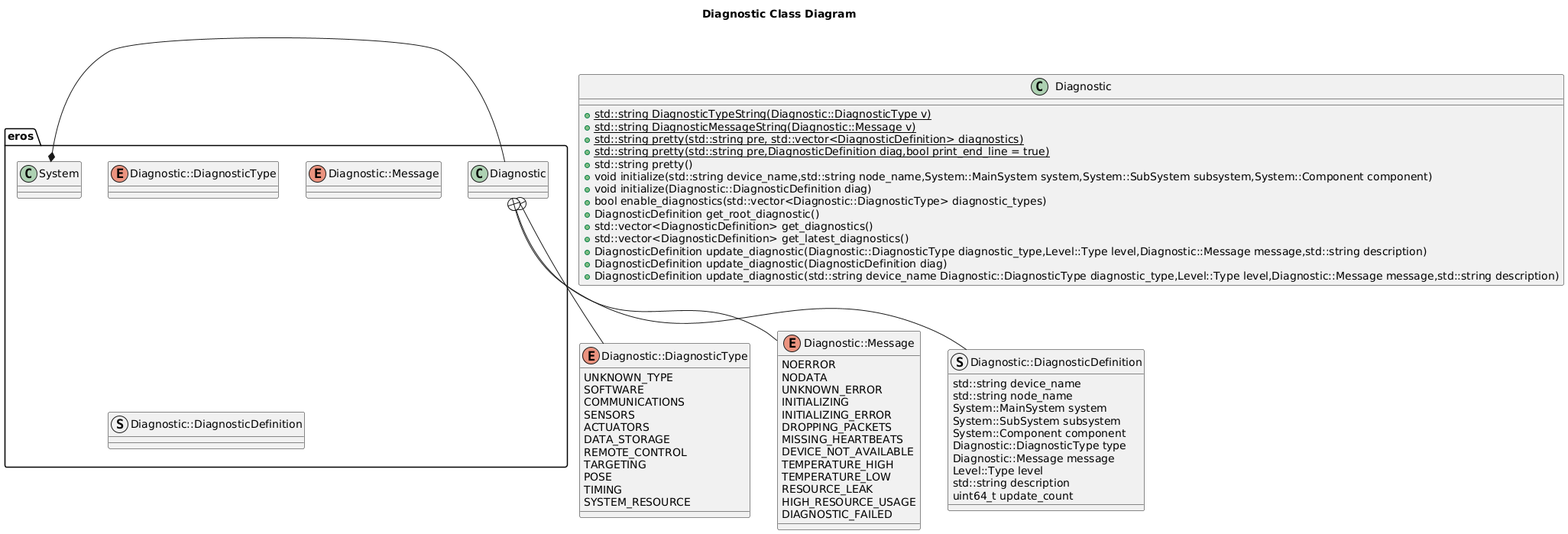
The PlantUML diagram include/eros/doc/output/DiagnosticClassDiagram.png in dgitz/eros, before a commit.
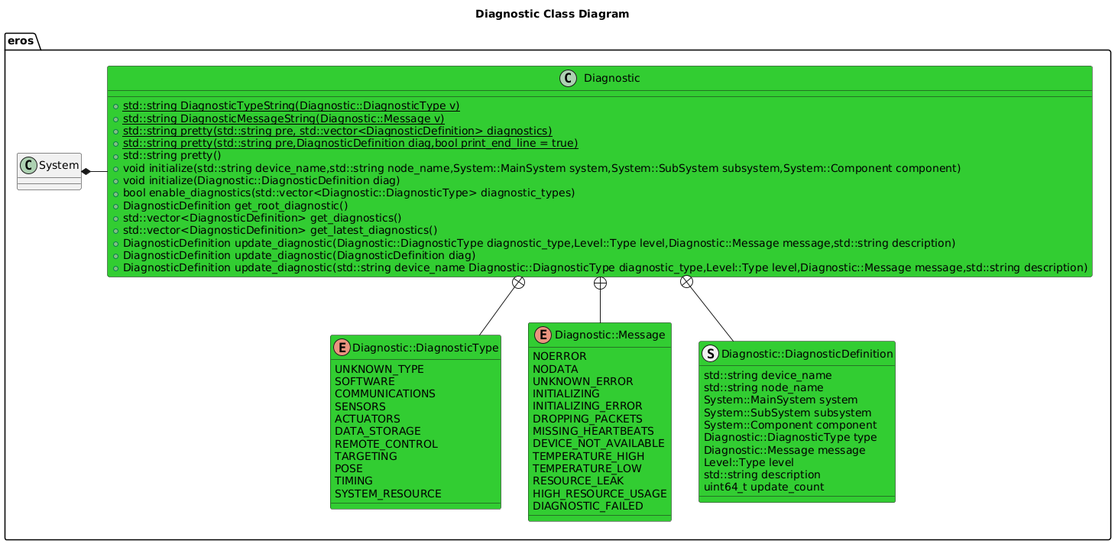
After the commit.

What changed in the source:
```diff
@@ -8,68 +8,68 @@
         enum Diagnostic::Message
         struct Diagnostic::DiagnosticDefinition
     }
-}
-enum Diagnostic::DiagnosticType {
-    UNKNOWN_TYPE
-    SOFTWARE
-    COMMUNICATIONS
-    SENSORS
-    ACTUATORS
-    DATA_STORAGE
-    REMOTE_CONTROL
-    TARGETING
-    POSE
-    TIMING
-    SYSTEM_RESOURCE
-}
-enum Diagnostic::Message {
-    NOERROR
-    NODATA
-    UNKNOWN_ERROR
-    INITIALIZING
-    INITIALIZING_ERROR
-    DROPPING_PACKETS
-    MISSING_HEARTBEATS
-    DEVICE_NOT_AVAILABLE
-    TEMPERATURE_HIGH
-    TEMPERATURE_LOW
-    RESOURCE_LEAK
-    HIGH_RESOURCE_USAGE
-    DIAGNOSTIC_FAILED
+    enum Diagnostic::DiagnosticType #LimeGreen {
+        UNKNOWN_TYPE
+        SOFTWARE
+        COMMUNICATIONS
+        SENSORS
+        ACTUATORS
+        DATA_STORAGE
+        REMOTE_CONTROL
+        TARGETING
+        POSE
+        TIMING
+        SYSTEM_RESOURCE
+    }
+    enum Diagnostic::Message #LimeGreen {
+        NOERROR
+        NODATA
+        UNKNOWN_ERROR
+        INITIALIZING
+        INITIALIZING_ERROR
+        DROPPING_PACKETS
+        MISSING_HEARTBEATS
+        DEVICE_NOT_AVAILABLE
+        TEMPERATURE_HIGH
+        TEMPERATURE_LOW
+        RESOURCE_LEAK
+        HIGH_RESOURCE_USAGE
+        DIAGNOSTIC_FAILED
 
-}
-struct Diagnostic::DiagnosticDefinition {
-    std::string device_name
-    std::string node_name
-    System::MainSystem system
-    System::SubSystem subsystem
-    System::Component component
-    Diagnostic::DiagnosticType type
-    Diagnostic::Message message
-    Level::Type level
-    std::string description
-    uint64_t update_count
-}
-Diagnostic +-- Diagnostic::Message
-Diagnostic +-- Diagnostic::DiagnosticType
-Diagnostic +-- Diagnostic::DiagnosticDefinition
-System *- Diagnostic
-class Diagnostic {
+    }
+    struct Diagnostic::DiagnosticDefinition #LimeGreen {
+        std::string device_name
+        std::string node_name
+        System::MainSystem system
+        System::SubSystem subsystem
+        System::Component component
+        Diagnostic::DiagnosticType type
+        Diagnostic::Message message
+        Level::Type level
+        std::string description
+        uint64_t update_count
+    }
+    Diagnostic +-- Diagnostic::Message
+    Diagnostic +-- Diagnostic::DiagnosticType
+    Diagnostic +-- Diagnostic::DiagnosticDefinition
+    System *- Diagnostic
+    class Diagnostic #LimeGreen {
 
-    +{static} std::string DiagnosticTypeString(Diagnostic::DiagnosticType v)
-    +{static} std::string DiagnosticMessageString(Diagnostic::Message v)
-    +{static} std::string pretty(std::string pre, std::vector<DiagnosticDefinition> diagnostics)
-    +{static} std::string pretty(std::string pre,DiagnosticDefinition diag,bool print_end_line = true)
+        +{static} std::string DiagnosticTypeString(Diagnostic::DiagnosticType v)
+        +{static} std::string DiagnosticMessageString(Diagnostic::Message v)
+        +{static} std::string pretty(std::string pre, std::vector<DiagnosticDefinition> diagnostics)
+        +{static} std::string pretty(std::string pre,DiagnosticDefinition diag,bool print_end_line = true)
 
-    +std::string pretty()
-    +void initialize(std::string device_name,std::string node_name,System::MainSystem system,System::SubSystem subsystem,System::Component component)
-    +void initialize(Diagnostic::DiagnosticDefinition diag)
-    +bool enable_diagnostics(std::vector<Diagnostic::DiagnosticType> diagnostic_types)
-    +DiagnosticDefinition get_root_diagnostic()
-    +std::vector<DiagnosticDefinition> get_diagnostics()
-    +std::vector<DiagnosticDefinition> get_latest_diagnostics()
-    +DiagnosticDefinition update_diagnostic(Diagnostic::DiagnosticType diagnostic_type,Level::Type level,Diagnostic::Message message,std::string description)
-    +DiagnosticDefinition update_diagnostic(DiagnosticDefinition diag)
-    +DiagnosticDefinition update_diagnostic(std::string device_name Diagnostic::DiagnosticType diagnostic_type,Level::Type level,Diagnostic::Message message,std::string description)
+        +std::string pretty()
+        +void initialize(std::string device_name,std::string node_name,System::MainSystem system,System::SubSystem subsystem,System::Component component)
+        +void initialize(Diagnostic::DiagnosticDefinition diag)
+        +bool enable_diagnostics(std::vector<Diagnostic::DiagnosticType> diagnostic_types)
+        +DiagnosticDefinition get_root_diagnostic()
+        +std::vector<DiagnosticDefinition> get_diagnostics()
+        +std::vector<DiagnosticDefinition> get_latest_diagnostics()
+        +DiagnosticDefinition update_diagnostic(Diagnostic::DiagnosticType diagnostic_type,Level::Type level,Diagnostic::Message message,std::string description)
+        +DiagnosticDefinition update_diagnostic(DiagnosticDefinition diag)
+        +DiagnosticDefinition update_diagnostic(std::string device_name Diagnostic::DiagnosticType diagnostic_type,Level::Type level,Diagnostic::Message message,std::string description)
+    }
 }
 @enduml
```
